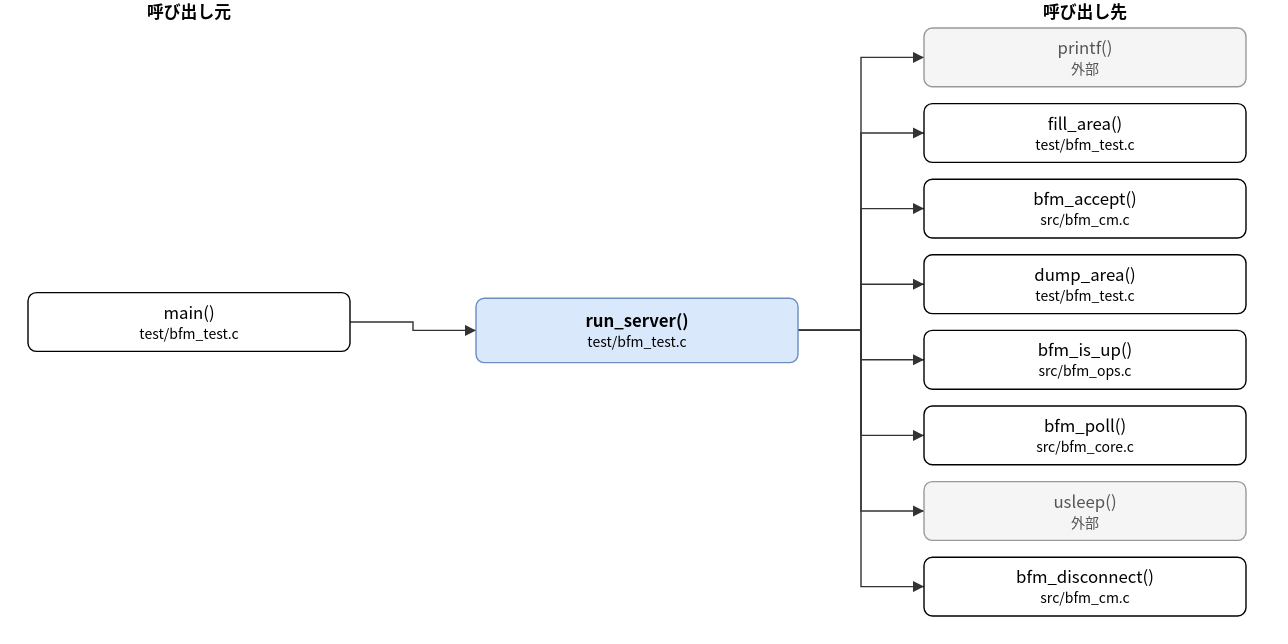
Before: doc/spec/images/call_test_bfm_test-run_server.drawio.svg, a diagram exported from draw.io (hf355051012-ai/bfmem). Source tidied: cells renumbered, new cells last; positions are measured from the earlier drawing's top-left corner, leaving out a move shared by most shapes. Source of this version:
```xml
<mxGraphModel>
  <root>
    <mxCell id="0" />
    <mxCell id="1" parent="0" />
    <mxCell id="2" value="run_server()&lt;br&gt;&lt;font style=&quot;font-size:10px&quot;&gt;test/bfm_test.c&lt;/font&gt;" style="rounded=1;whiteSpace=wrap;html=1;fillColor=#dae8fc;strokeColor=#6c8ebf;fontStyle=1;" parent="1" vertex="1">
      <mxGeometry x="320" y="213" width="230" height="46" as="geometry" />
    </mxCell>
    <mxCell id="3" value="main()&lt;br&gt;&lt;font style=&quot;font-size:10px&quot;&gt;test/bfm_test.c&lt;/font&gt;" style="rounded=1;whiteSpace=wrap;html=1;" parent="1" vertex="1">
      <mxGeometry y="209" width="230" height="42" as="geometry" />
    </mxCell>
    <mxCell id="4" value="printf()&lt;br&gt;&lt;font style=&quot;font-size:10px&quot;&gt;外部&lt;/font&gt;" style="rounded=1;whiteSpace=wrap;html=1;fillColor=#f5f5f5;strokeColor=#999999;fontColor=#555555;" parent="1" vertex="1">
      <mxGeometry x="640" y="20" width="230" height="42" as="geometry" />
    </mxCell>
    <mxCell id="5" value="fill_area()&lt;br&gt;&lt;font style=&quot;font-size:10px&quot;&gt;test/bfm_test.c&lt;/font&gt;" style="rounded=1;whiteSpace=wrap;html=1;" parent="1" vertex="1">
      <mxGeometry x="640" y="74" width="230" height="42" as="geometry" />
    </mxCell>
    <mxCell id="6" value="bfm_accept()&lt;br&gt;&lt;font style=&quot;font-size:10px&quot;&gt;src/bfm_cm.c&lt;/font&gt;" style="rounded=1;whiteSpace=wrap;html=1;" parent="1" vertex="1">
      <mxGeometry x="640" y="128" width="230" height="42" as="geometry" />
    </mxCell>
    <mxCell id="7" value="dump_area()&lt;br&gt;&lt;font style=&quot;font-size:10px&quot;&gt;test/bfm_test.c&lt;/font&gt;" style="rounded=1;whiteSpace=wrap;html=1;" parent="1" vertex="1">
      <mxGeometry x="640" y="182" width="230" height="42" as="geometry" />
    </mxCell>
    <mxCell id="8" value="bfm_is_up()&lt;br&gt;&lt;font style=&quot;font-size:10px&quot;&gt;src/bfm_ops.c&lt;/font&gt;" style="rounded=1;whiteSpace=wrap;html=1;" parent="1" vertex="1">
      <mxGeometry x="640" y="236" width="230" height="42" as="geometry" />
    </mxCell>
    <mxCell id="9" value="bfm_poll()&lt;br&gt;&lt;font style=&quot;font-size:10px&quot;&gt;src/bfm_core.c&lt;/font&gt;" style="rounded=1;whiteSpace=wrap;html=1;" parent="1" vertex="1">
      <mxGeometry x="640" y="290" width="230" height="42" as="geometry" />
    </mxCell>
    <mxCell id="10" value="usleep()&lt;br&gt;&lt;font style=&quot;font-size:10px&quot;&gt;外部&lt;/font&gt;" style="rounded=1;whiteSpace=wrap;html=1;fillColor=#f5f5f5;strokeColor=#999999;fontColor=#555555;" parent="1" vertex="1">
      <mxGeometry x="640" y="344" width="230" height="42" as="geometry" />
    </mxCell>
    <mxCell id="11" value="bfm_disconnect()&lt;br&gt;&lt;font style=&quot;font-size:10px&quot;&gt;src/bfm_cm.c&lt;/font&gt;" style="rounded=1;whiteSpace=wrap;html=1;" parent="1" vertex="1">
      <mxGeometry x="640" y="398" width="230" height="42" as="geometry" />
    </mxCell>
    <mxCell id="12" style="edgeStyle=none;html=1;rounded=0;endArrow=block;endFill=1;exitX=1.0000;exitY=0.5000;exitDx=0;exitDy=0;exitPerimeter=0;entryX=0.0000;entryY=0.5000;entryDx=0;entryDy=0;entryPerimeter=0;" parent="1" edge="1" source="3" target="2">
      <mxGeometry relative="1" as="geometry">
        <Array as="points">
          <mxPoint x="275" y="230" />
          <mxPoint x="275" y="236" />
        </Array>
      </mxGeometry>
    </mxCell>
    <mxCell id="13" style="edgeStyle=none;html=1;rounded=0;endArrow=block;endFill=1;exitX=1.0000;exitY=0.5000;exitDx=0;exitDy=0;exitPerimeter=0;entryX=0.0000;entryY=0.5000;entryDx=0;entryDy=0;entryPerimeter=0;" parent="1" edge="1" source="2" target="4">
      <mxGeometry relative="1" as="geometry">
        <Array as="points">
          <mxPoint x="595" y="236" />
          <mxPoint x="595" y="41" />
        </Array>
      </mxGeometry>
    </mxCell>
    <mxCell id="14" style="edgeStyle=none;html=1;rounded=0;endArrow=block;endFill=1;exitX=1.0000;exitY=0.5000;exitDx=0;exitDy=0;exitPerimeter=0;entryX=0.0000;entryY=0.5000;entryDx=0;entryDy=0;entryPerimeter=0;" parent="1" edge="1" source="2" target="5">
      <mxGeometry relative="1" as="geometry">
        <Array as="points">
          <mxPoint x="595" y="236" />
          <mxPoint x="595" y="95" />
        </Array>
      </mxGeometry>
    </mxCell>
    <mxCell id="15" style="edgeStyle=none;html=1;rounded=0;endArrow=block;endFill=1;exitX=1.0000;exitY=0.5000;exitDx=0;exitDy=0;exitPerimeter=0;entryX=0.0000;entryY=0.5000;entryDx=0;entryDy=0;entryPerimeter=0;" parent="1" edge="1" source="2" target="6">
      <mxGeometry relative="1" as="geometry">
        <Array as="points">
          <mxPoint x="595" y="236" />
          <mxPoint x="595" y="149" />
        </Array>
      </mxGeometry>
    </mxCell>
    <mxCell id="16" style="edgeStyle=none;html=1;rounded=0;endArrow=block;endFill=1;exitX=1.0000;exitY=0.5000;exitDx=0;exitDy=0;exitPerimeter=0;entryX=0.0000;entryY=0.5000;entryDx=0;entryDy=0;entryPerimeter=0;" parent="1" edge="1" source="2" target="7">
      <mxGeometry relative="1" as="geometry">
        <Array as="points">
          <mxPoint x="595" y="236" />
          <mxPoint x="595" y="203" />
        </Array>
      </mxGeometry>
    </mxCell>
    <mxCell id="17" style="edgeStyle=none;html=1;rounded=0;endArrow=block;endFill=1;exitX=1.0000;exitY=0.5000;exitDx=0;exitDy=0;exitPerimeter=0;entryX=0.0000;entryY=0.5000;entryDx=0;entryDy=0;entryPerimeter=0;" parent="1" edge="1" source="2" target="8">
      <mxGeometry relative="1" as="geometry">
        <Array as="points">
          <mxPoint x="595" y="236" />
          <mxPoint x="595" y="257" />
        </Array>
      </mxGeometry>
    </mxCell>
    <mxCell id="18" style="edgeStyle=none;html=1;rounded=0;endArrow=block;endFill=1;exitX=1.0000;exitY=0.5000;exitDx=0;exitDy=0;exitPerimeter=0;entryX=0.0000;entryY=0.5000;entryDx=0;entryDy=0;entryPerimeter=0;" parent="1" edge="1" source="2" target="9">
      <mxGeometry relative="1" as="geometry">
        <Array as="points">
          <mxPoint x="595" y="236" />
          <mxPoint x="595" y="311" />
        </Array>
      </mxGeometry>
    </mxCell>
    <mxCell id="19" style="edgeStyle=none;html=1;rounded=0;endArrow=block;endFill=1;exitX=1.0000;exitY=0.5000;exitDx=0;exitDy=0;exitPerimeter=0;entryX=0.0000;entryY=0.5000;entryDx=0;entryDy=0;entryPerimeter=0;" parent="1" edge="1" source="2" target="10">
      <mxGeometry relative="1" as="geometry">
        <Array as="points">
          <mxPoint x="595" y="236" />
          <mxPoint x="595" y="365" />
        </Array>
      </mxGeometry>
    </mxCell>
    <mxCell id="20" style="edgeStyle=none;html=1;rounded=0;endArrow=block;endFill=1;exitX=1.0000;exitY=0.5000;exitDx=0;exitDy=0;exitPerimeter=0;entryX=0.0000;entryY=0.5000;entryDx=0;entryDy=0;entryPerimeter=0;" parent="1" edge="1" source="2" target="11">
      <mxGeometry relative="1" as="geometry">
        <Array as="points">
          <mxPoint x="595" y="236" />
          <mxPoint x="595" y="419" />
        </Array>
      </mxGeometry>
    </mxCell>
    <mxCell id="21" value="呼び出し元" style="text;html=1;align=center;fontStyle=1;" parent="1" vertex="1">
      <mxGeometry x="35" width="160" height="18" as="geometry" />
    </mxCell>
    <mxCell id="22" value="呼び出し先" style="text;html=1;align=center;fontStyle=1;" parent="1" vertex="1">
      <mxGeometry x="675" width="160" height="18" as="geometry" />
    </mxCell>
  </root>
</mxGraphModel>
```
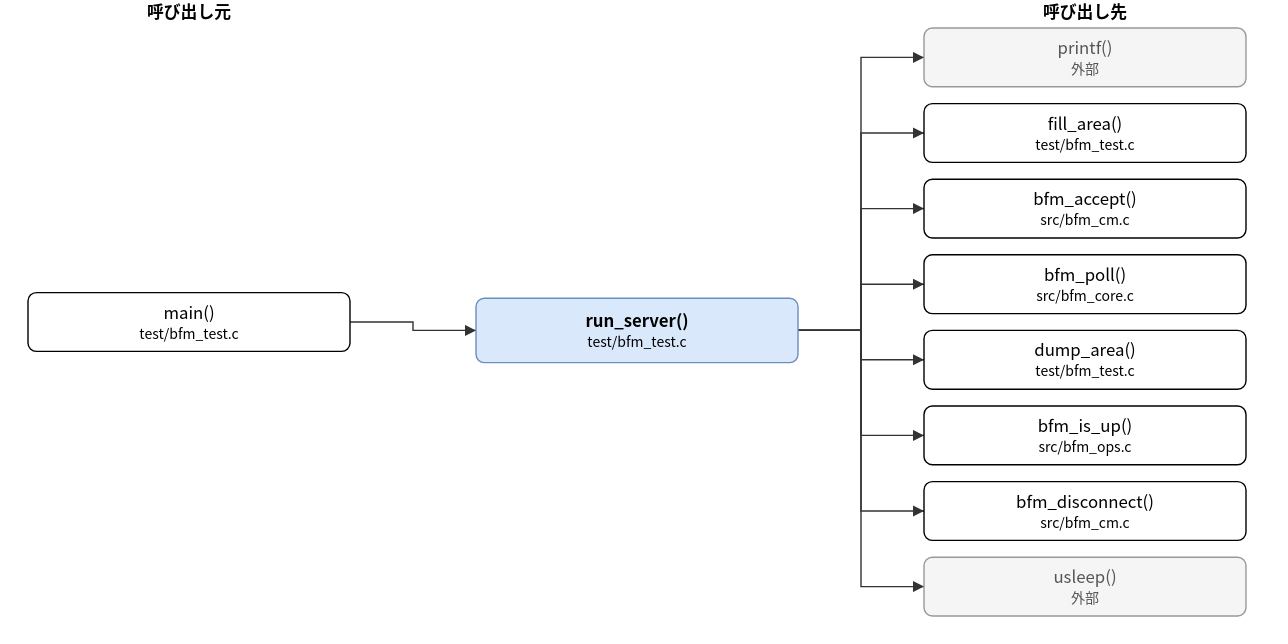
The same file after the commit.

Change to the diagram source:
```diff
@@ -17,19 +17,19 @@
     <mxCell id="6" value="bfm_accept()&lt;br&gt;&lt;font style=&quot;font-size:10px&quot;&gt;src/bfm_cm.c&lt;/font&gt;" style="rounded=1;whiteSpace=wrap;html=1;" parent="1" vertex="1">
       <mxGeometry x="640" y="128" width="230" height="42" as="geometry" />
     </mxCell>
-    <mxCell id="7" value="dump_area()&lt;br&gt;&lt;font style=&quot;font-size:10px&quot;&gt;test/bfm_test.c&lt;/font&gt;" style="rounded=1;whiteSpace=wrap;html=1;" parent="1" vertex="1">
+    <mxCell id="7" value="bfm_poll()&lt;br&gt;&lt;font style=&quot;font-size:10px&quot;&gt;src/bfm_core.c&lt;/font&gt;" style="rounded=1;whiteSpace=wrap;html=1;" parent="1" vertex="1">
       <mxGeometry x="640" y="182" width="230" height="42" as="geometry" />
     </mxCell>
-    <mxCell id="8" value="bfm_is_up()&lt;br&gt;&lt;font style=&quot;font-size:10px&quot;&gt;src/bfm_ops.c&lt;/font&gt;" style="rounded=1;whiteSpace=wrap;html=1;" parent="1" vertex="1">
+    <mxCell id="8" value="dump_area()&lt;br&gt;&lt;font style=&quot;font-size:10px&quot;&gt;test/bfm_test.c&lt;/font&gt;" style="rounded=1;whiteSpace=wrap;html=1;" parent="1" vertex="1">
       <mxGeometry x="640" y="236" width="230" height="42" as="geometry" />
     </mxCell>
-    <mxCell id="9" value="bfm_poll()&lt;br&gt;&lt;font style=&quot;font-size:10px&quot;&gt;src/bfm_core.c&lt;/font&gt;" style="rounded=1;whiteSpace=wrap;html=1;" parent="1" vertex="1">
+    <mxCell id="9" value="bfm_is_up()&lt;br&gt;&lt;font style=&quot;font-size:10px&quot;&gt;src/bfm_ops.c&lt;/font&gt;" style="rounded=1;whiteSpace=wrap;html=1;" parent="1" vertex="1">
       <mxGeometry x="640" y="290" width="230" height="42" as="geometry" />
     </mxCell>
-    <mxCell id="10" value="usleep()&lt;br&gt;&lt;font style=&quot;font-size:10px&quot;&gt;外部&lt;/font&gt;" style="rounded=1;whiteSpace=wrap;html=1;fillColor=#f5f5f5;strokeColor=#999999;fontColor=#555555;" parent="1" vertex="1">
+    <mxCell id="10" value="bfm_disconnect()&lt;br&gt;&lt;font style=&quot;font-size:10px&quot;&gt;src/bfm_cm.c&lt;/font&gt;" style="rounded=1;whiteSpace=wrap;html=1;" parent="1" vertex="1">
       <mxGeometry x="640" y="344" width="230" height="42" as="geometry" />
     </mxCell>
-    <mxCell id="11" value="bfm_disconnect()&lt;br&gt;&lt;font style=&quot;font-size:10px&quot;&gt;src/bfm_cm.c&lt;/font&gt;" style="rounded=1;whiteSpace=wrap;html=1;" parent="1" vertex="1">
+    <mxCell id="11" value="usleep()&lt;br&gt;&lt;font style=&quot;font-size:10px&quot;&gt;外部&lt;/font&gt;" style="rounded=1;whiteSpace=wrap;html=1;fillColor=#f5f5f5;strokeColor=#999999;fontColor=#555555;" parent="1" vertex="1">
       <mxGeometry x="640" y="398" width="230" height="42" as="geometry" />
     </mxCell>
     <mxCell id="12" style="edgeStyle=none;html=1;rounded=0;endArrow=block;endFill=1;exitX=1.0000;exitY=0.5000;exitDx=0;exitDy=0;exitPerimeter=0;entryX=0.0000;entryY=0.5000;entryDx=0;entryDy=0;entryPerimeter=0;" parent="1" edge="1" source="3" target="2">
```
